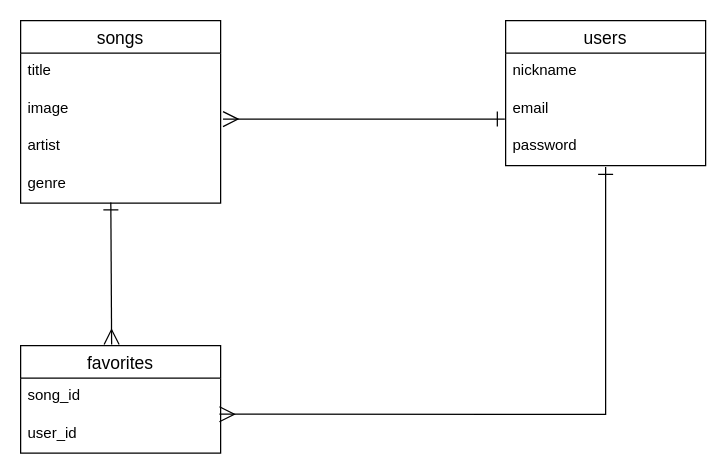
Earlier version of the draw.io diagram best-music-one.dio (nakk-ramy/best-music-one). Source tidied: cells renumbered, new cells numbered last; positions are measured from the earlier drawing's top-left corner, leaving out a move shared by most shapes. Both pictures are drawn from the tidied source at 125%, with x=0, y=0 at pixel (20, 20).
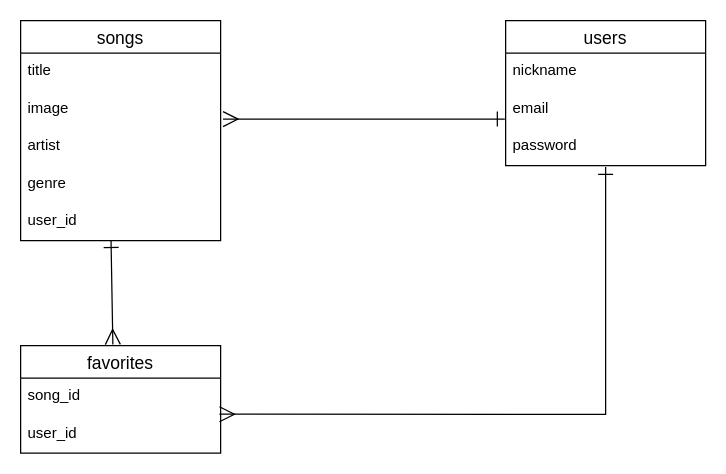
The same diagram, later.

The change refers to these unchanged cells:
```xml
<mxCell id="6" value="genre" style="text;strokeColor=none;fillColor=none;spacingLeft=4;spacingRight=4;overflow=hidden;points=[[0,0.5],[1,0.5]];portConstraint=eastwest;fontSize=12;" parent="2" vertex="1">
  <mxGeometry y="116" width="160" height="30" as="geometry" />
</mxCell>
<mxCell id="11" value="favorites" style="swimlane;fontStyle=0;horizontal=1;startSize=26;align=center;fontSize=14;" parent="1" vertex="1">
  <mxGeometry y="260" width="160" height="86" as="geometry" />
</mxCell>
```

Change to the diagram source:
```diff
@@
     <mxCell id="2" value="songs" style="swimlane;fontStyle=0;horizontal=1;startSize=26;align=center;fontSize=14;" parent="1" vertex="1">
-      <mxGeometry width="160" height="146" as="geometry" />
+      <mxGeometry width="160" height="176" as="geometry" />
     </mxCell>
@@
+    <mxCell id="17" value="user_id" style="text;strokeColor=none;fillColor=none;spacingLeft=4;spacingRight=4;overflow=hidden;points=[[0,0.5],[1,0.5]];portConstraint=eastwest;fontSize=12;" parent="2" vertex="1">
+      <mxGeometry y="146" width="160" height="30" as="geometry" />
+    </mxCell>
@@
-    <mxCell id="15" style="endArrow=ERmany;html=1;rounded=0;endSize=10;targetPerimeterSpacing=1;strokeWidth=1;jumpSize=13;exitX=0.451;exitY=0.981;exitDx=0;exitDy=0;exitPerimeter=0;entryX=0.455;entryY=-0.01;entryDx=0;entryDy=0;entryPerimeter=0;startArrow=ERone;startFill=0;startSize=10;endFill=0;" parent="1" edge="1" source="6" target="11">
-      <mxGeometry relative="1" as="geometry" />
+    <mxCell id="15" style="endArrow=ERmany;html=1;rounded=0;endSize=10;targetPerimeterSpacing=1;strokeWidth=1;jumpSize=13;entryX=0.455;entryY=-0.01;entryDx=0;entryDy=0;entryPerimeter=0;startArrow=ERone;startFill=0;startSize=10;endFill=0;exitX=0.452;exitY=0.986;exitDx=0;exitDy=0;exitPerimeter=0;" parent="1" edge="1" source="17">
+      <mxGeometry relative="1" as="geometry">
+        <mxPoint x="73.8" y="259.1" as="targetPoint" />
+      </mxGeometry>
     </mxCell>
```
